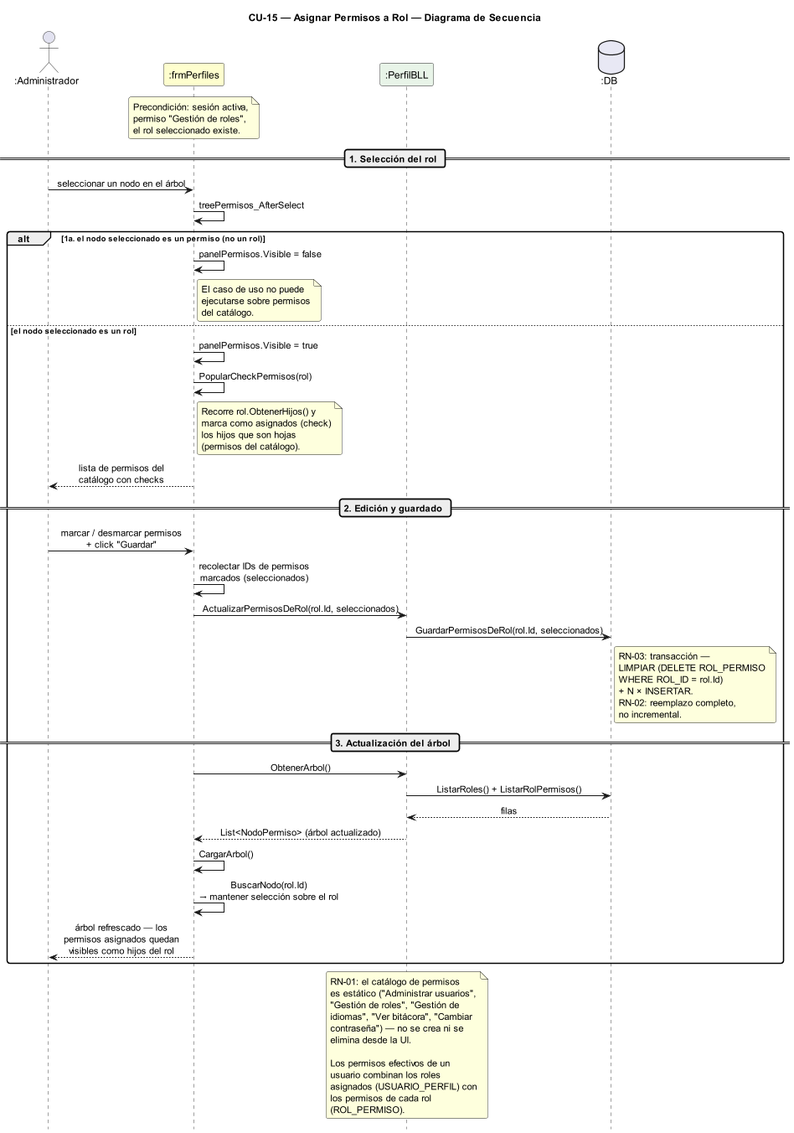
Urrels/ingenieria_software keeps this PlantUML diagram as DIAGRAMAS/DiagramaSecuencia_CU15_AsignarPermisosRol.png. Above is the earlier version. Source of this version:
```plantuml
@startuml DiagramaSecuencia_CU15_AsignarPermisosRol

title CU-15 — Asignar Permisos a Rol — Diagrama de Secuencia

skinparam shadowing false
skinparam roundcorner 6
skinparam sequenceArrowThickness 1.2
skinparam ParticipantPadding 14
skinparam sequenceMessageAlign center
hide footbox
scale 0.85

actor       ":Administrador"  as A
participant ":frmPerfiles"    as FP #FEFECE
participant ":PerfilBLL"      as PB #E8F4E8
database    ":DB"             as DB #E8E8F4

note over FP
  Precondición: sesión activa,
  permiso "Gestión de roles",
  el rol seleccionado existe.
end note

== 1. Selección del rol ==

A -> FP : seleccionar un nodo en el árbol
FP -> FP : treePermisos_AfterSelect

alt 1a. el nodo seleccionado es un permiso (no un rol)
  FP -> FP : panelPermisos.Visible = false
  note right of FP
    El caso de uso no puede
    ejecutarse sobre permisos
    del catálogo.
  end note

else el nodo seleccionado es un rol
  FP -> FP : panelPermisos.Visible = true
  FP -> FP : PopularCheckPermisos(rol)
  note right of FP
    Recorre rol.ObtenerHijos() y
    marca como asignados (check)
    los hijos que son hojas
    (permisos del catálogo).
  end note
  FP --> A : lista de permisos del\ncatálogo con checks

  == 2. Edición y guardado ==

  A -> FP : marcar / desmarcar permisos\n+ click "Guardar"

  FP -> FP : recolectar IDs de permisos\nmarcados (seleccionados)
  FP -> PB : ActualizarPermisosDeRol(rol.Id, seleccionados)
  PB -> DB : GuardarPermisosDeRol(rol.Id, seleccionados)
  note right of DB
    RN-03: transacción —
    LIMPIAR (DELETE ROL_PERMISO
    WHERE ROL_ID = rol.Id)
    + N × INSERTAR.
    RN-02: reemplazo completo,
    no incremental.
  end note

  == 3. Actualización del árbol ==

  FP -> PB : ObtenerArbol()
  PB -> DB : ListarRoles() + ListarRolPermisos()
  DB --> PB : filas
  PB --> FP : List<NodoPermiso> (árbol actualizado)
  FP -> FP : CargarArbol()
  FP -> FP : BuscarNodo(rol.Id)\n→ mantener selección sobre el rol
  FP --> A : árbol refrescado — los\npermisos asignados quedan\nvisibles como hijos del rol
end

note over PB
  RN-01: el catálogo de permisos
  es estático ("Administrar usuarios",
  "Gestión de roles", "Gestión de
  idiomas", "Ver bitácora", "Cambiar
  contraseña") — no se crea ni se
  elimina desde la UI.

  Los permisos efectivos de un
  usuario combinan los roles
  asignados (USUARIO_PERFIL) con
  los permisos de cada rol
  (ROL_PERMISO).
end note

@enduml
```
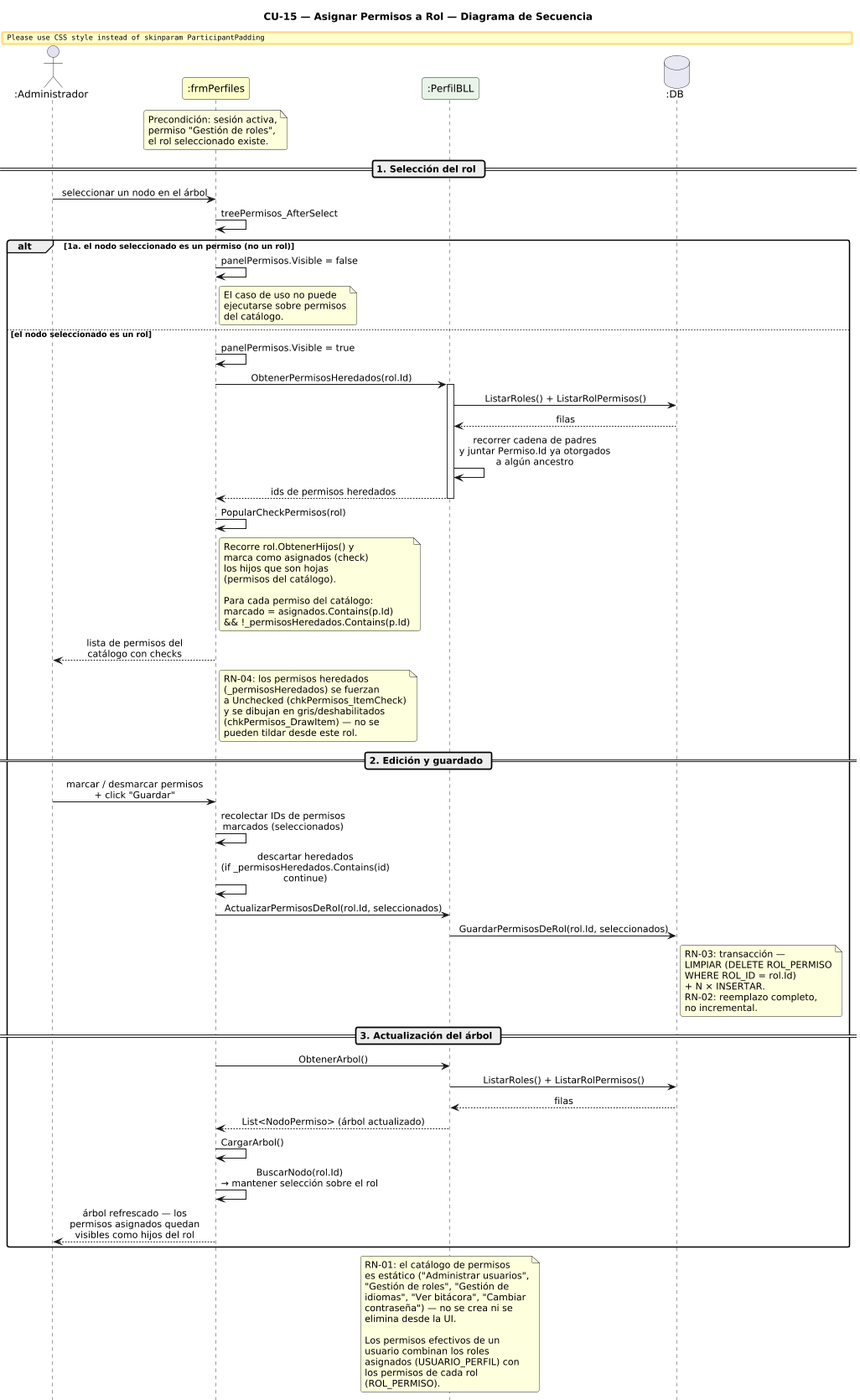
After the commit.

Commit message:
docs: corrige diagramas CU12/CU15 (modelo ROL real, permisos heredados)

Diff of the diagram source:
```diff
@@ -36,20 +36,41 @@
 
 else el nodo seleccionado es un rol
   FP -> FP : panelPermisos.Visible = true
+  FP -> PB : ObtenerPermisosHeredados(rol.Id)
+  activate PB
+  PB -> DB : ListarRoles() + ListarRolPermisos()
+  DB --> PB : filas
+  PB -> PB : recorrer cadena de padres\ny juntar Permiso.Id ya otorgados\na algún ancestro
+  PB --> FP : ids de permisos heredados
+  deactivate PB
   FP -> FP : PopularCheckPermisos(rol)
   note right of FP
     Recorre rol.ObtenerHijos() y
     marca como asignados (check)
     los hijos que son hojas
     (permisos del catálogo).
+
+    Para cada permiso del catálogo:
+    marcado = asignados.Contains(p.Id)
+    && !_permisosHeredados.Contains(p.Id)
   end note
   FP --> A : lista de permisos del\ncatálogo con checks
+
+  note right of FP
+    RN-04: los permisos heredados
+    (_permisosHeredados) se fuerzan
+    a Unchecked (chkPermisos_ItemCheck)
+    y se dibujan en gris/deshabilitados
+    (chkPermisos_DrawItem) — no se
+    pueden tildar desde este rol.
+  end note
 
   == 2. Edición y guardado ==
 
   A -> FP : marcar / desmarcar permisos\n+ click "Guardar"
 
   FP -> FP : recolectar IDs de permisos\nmarcados (seleccionados)
+  FP -> FP : descartar heredados\n(if _permisosHeredados.Contains(id)\ncontinue)
   FP -> PB : ActualizarPermisosDeRol(rol.Id, seleccionados)
   PB -> DB : GuardarPermisosDeRol(rol.Id, seleccionados)
   note right of DB
```
